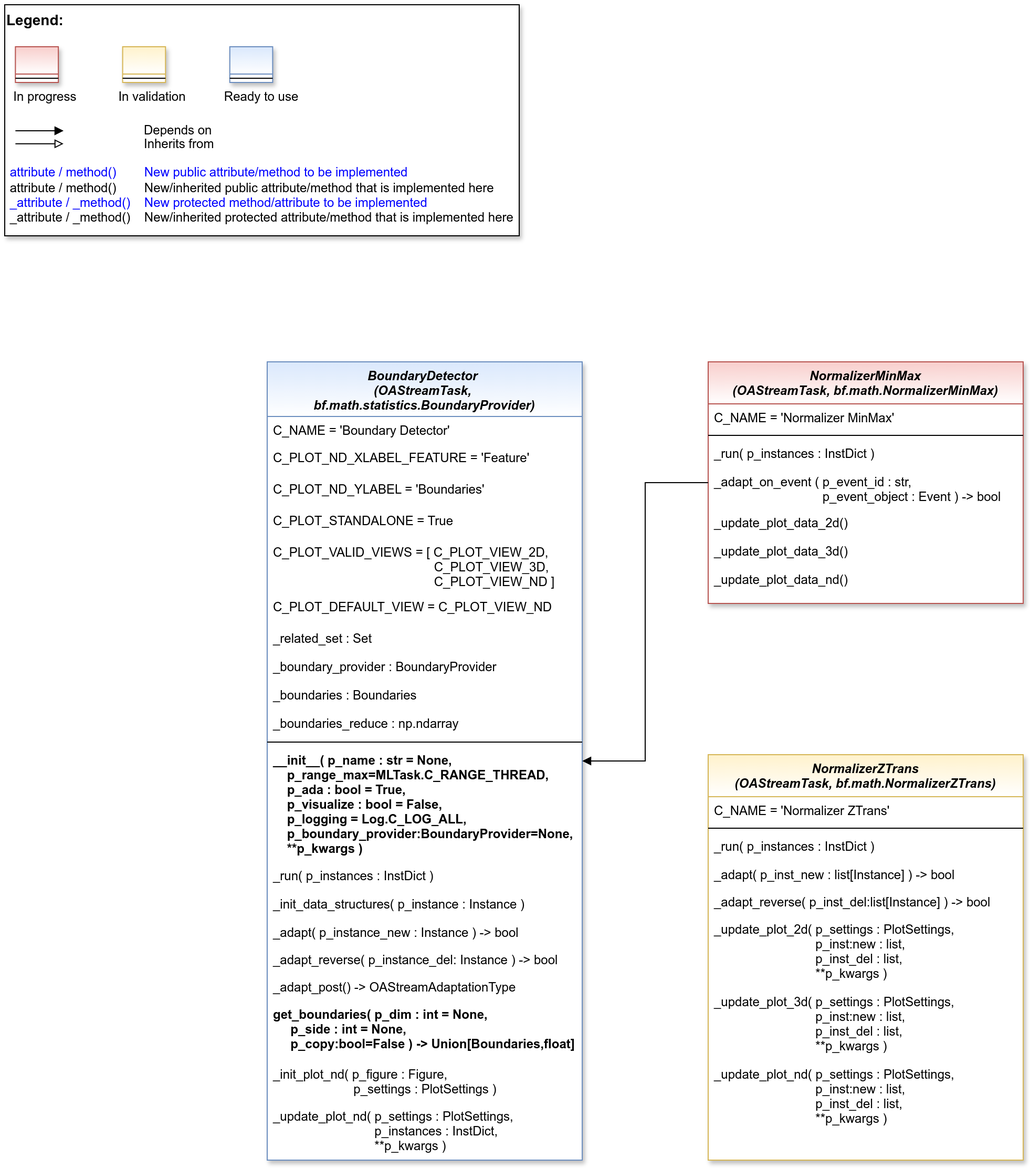
Above: doc/rtd/content/99_appendices/appendix2/sub/mlpro_oa/streams/10_preprocessing/images/MLPro-OA-Preprocessing-Tasks_class_diagram.drawio.png in fhswf/MLPro (draw.io), before the change. Source tidied: cells renumbered, new cells last; positions are measured from the earlier drawing's top-left corner, leaving out a move shared by most shapes.
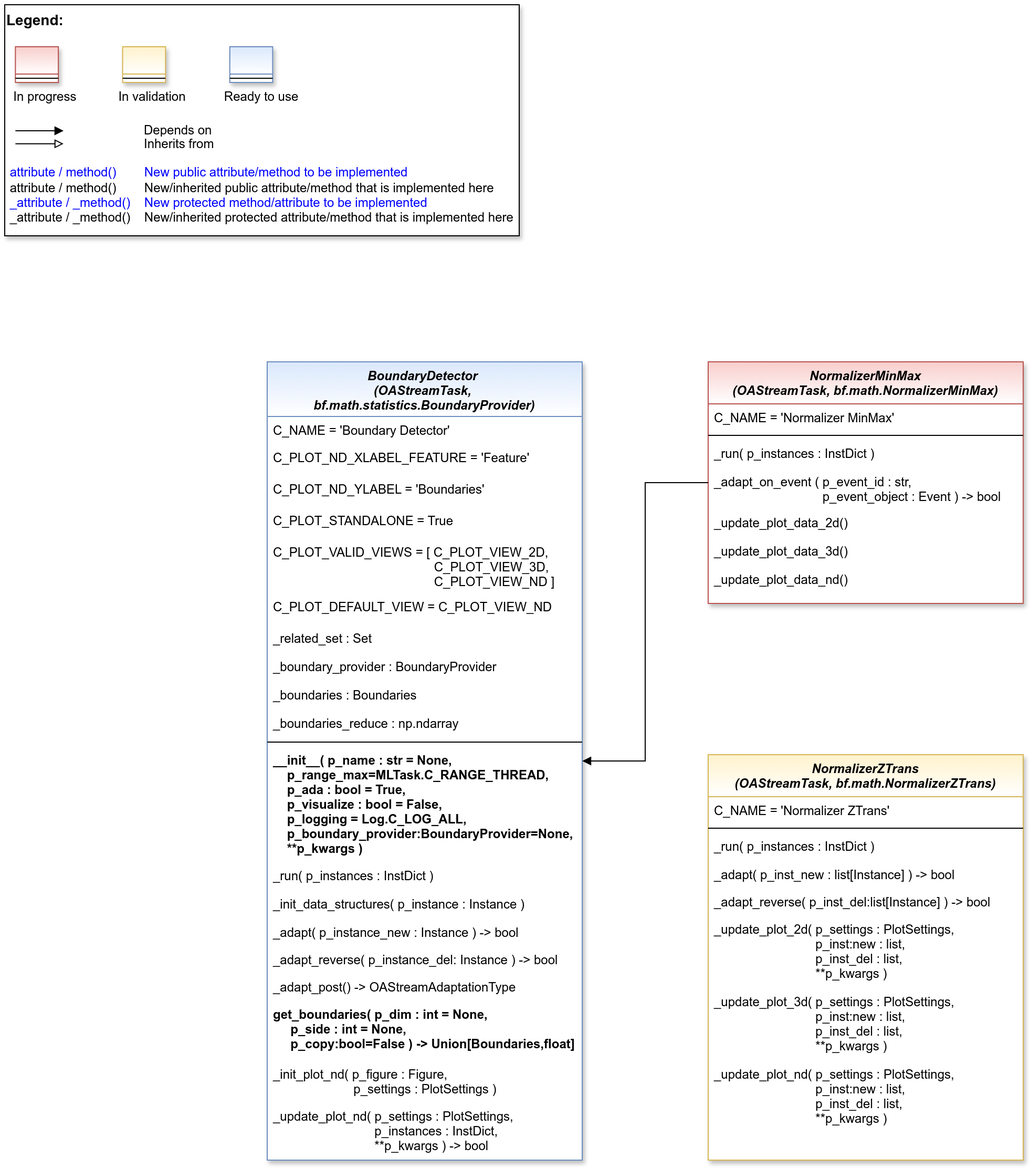
The same file after the commit.

What changed in the source:
```diff
@@ -103,7 +103,7 @@
     <mxCell id="31" value="_init_plot_nd( p_figure : Figure, &#10;                       p_settings : PlotSettings )" style="text;align=left;verticalAlign=top;spacingLeft=4;spacingRight=4;overflow=hidden;fontColor=default;" parent="12" vertex="1">
       <mxGeometry y="665" width="300" height="40" as="geometry" />
     </mxCell>
-    <mxCell id="32" value="_update_plot_nd( p_settings : PlotSettings,&#10;                             p_instances : InstDict,&#10;                             **p_kwargs )" style="text;align=left;verticalAlign=top;spacingLeft=4;spacingRight=4;overflow=hidden;fontColor=default;" parent="12" vertex="1">
+    <mxCell id="32" value="_update_plot_nd( p_settings : PlotSettings,&#10;                             p_instances : InstDict,&#10;                             **p_kwargs ) -&gt; bool" style="text;align=left;verticalAlign=top;spacingLeft=4;spacingRight=4;overflow=hidden;fontColor=default;" parent="12" vertex="1">
       <mxGeometry y="705" width="300" height="54" as="geometry" />
     </mxCell>
     <mxCell id="33" value="NormalizerZTrans &#10;(OAStreamTask, bf.math.NormalizerZTrans)" style="swimlane;fontStyle=3;align=center;verticalAlign=top;horizontal=1;startSize=40;rounded=0;shadow=1;strokeWidth=1;fillColor=#fff2cc;strokeColor=#d6b656;swimlaneFillColor=#ffffff;gradientColor=#FFFFFF;" parent="1" vertex="1">
```
